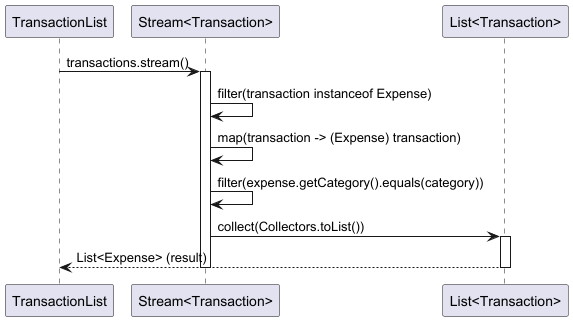
Above: docs/diagrams/TransactionList/transactionlist-Sequence-SearchByCategoty-diagram.png in nus-cs2113-AY2425S1/tp (PlantUML), before the change.
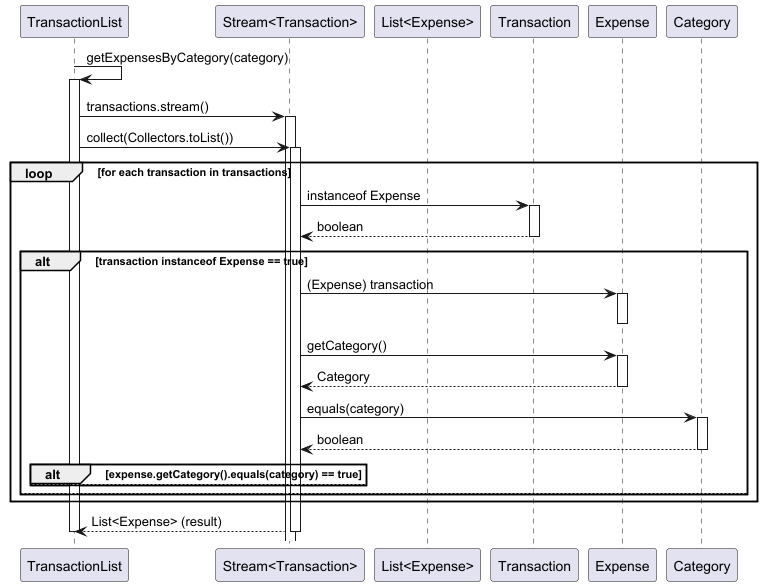
The same file after the commit.

Diff of the diagram source:
```diff
@@ -1,18 +1,50 @@
 @startuml
 participant "TransactionList" as TL
 participant "Stream<Transaction>" as Stream
-participant "List<Transaction>" as List
+participant "List<Expense>" as ResultList
+participant "Transaction" as Transaction
+participant "Expense" as Expense
+participant "Category" as Category
+
+TL -> TL: getExpensesByCategory(category)
+activate TL
 
 TL -> Stream: transactions.stream()
 activate Stream
 
-Stream -> Stream: filter(transaction instanceof Expense)
-Stream -> Stream: map(transaction -> (Expense) transaction)
-Stream -> Stream: filter(expense.getCategory().equals(category))
-Stream -> List: collect(Collectors.toList())
-activate List
+TL -> Stream: collect(Collectors.toList())
+activate Stream
 
-List --> TL: List<Expense> (result)
-deactivate List
+loop for each transaction in transactions
+    Stream -> Transaction: instanceof Expense
+    activate Transaction
+    Transaction --> Stream: boolean
+    deactivate Transaction
+
+    alt transaction instanceof Expense == true
+        Stream -> Expense: (Expense) transaction
+        activate Expense
+        deactivate Expense
+
+        Stream -> Expense: getCategory()
+        activate Expense
+        Expense --> Stream: Category
+        deactivate Expense
+
+        Stream -> Category: equals(category)
+        activate Category
+        Category --> Stream: boolean
+        deactivate Category
+
+        alt expense.getCategory().equals(category) == true
+        else
+        end
+    else
+    end
+end
+
+Stream --> TL: List<Expense> (result)
 deactivate Stream
+
+deactivate TL
 @enduml
```
